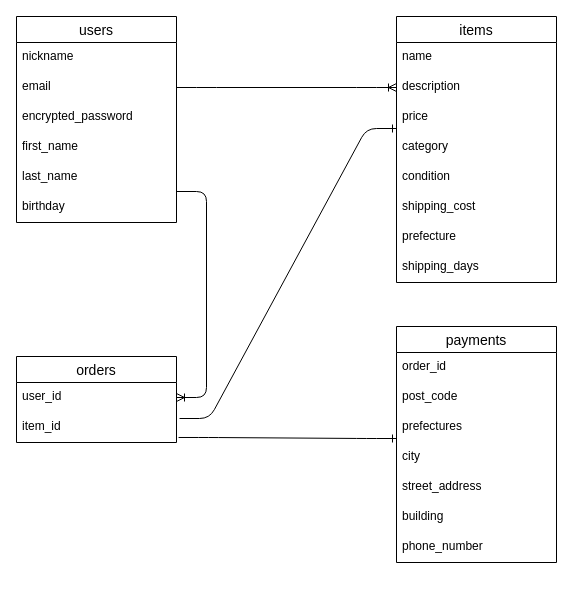
This is ER .dio from honami-f/furima-39929, a draw.io file, before an edit. Source tidied: cells renumbered, new cells numbered last; positions are measured from the earlier drawing's top-left corner, leaving out a move shared by most shapes. Both pictures are drawn from the tidied source at 100%, with x=0, y=0 at pixel (16, 16).
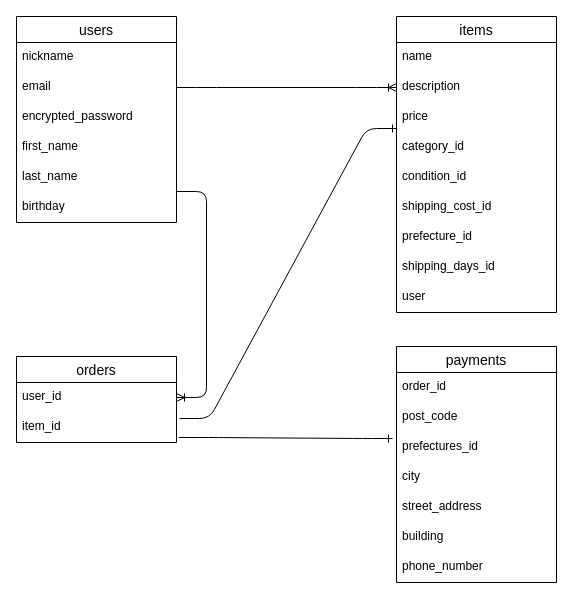
After the change.

Commit message (it also covers changes not shown here):
テーブル設計　修正2

The change refers to these unchanged cells:
```xml
<mxCell id="20" value="item_id" style="text;strokeColor=none;fillColor=none;spacingLeft=4;spacingRight=4;overflow=hidden;points=[[0,0.5],[1,0.5]];portConstraint=eastwest;fontSize=12;fontFamily=Helvetica;fontColor=default;" parent="18" vertex="1">
  <mxGeometry y="56" width="160" height="30" as="geometry" />
</mxCell>
<mxCell id="25" value="city" style="text;strokeColor=none;fillColor=none;spacingLeft=4;spacingRight=4;overflow=hidden;points=[[0,0.5],[1,0.5]];portConstraint=eastwest;fontSize=12;fontFamily=Helvetica;fontColor=default;" parent="21" vertex="1">
  <mxGeometry y="116" width="160" height="30" as="geometry" />
</mxCell>
```

Change to the diagram source:
```diff
@@
     <mxCell id="2" value="items" style="swimlane;fontStyle=0;horizontal=1;startSize=26;align=center;fontSize=14;" parent="1" vertex="1">
-      <mxGeometry x="380" width="160" height="266" as="geometry" />
+      <mxGeometry x="380" width="160" height="296" as="geometry" />
     </mxCell>
@@
-    <mxCell id="6" value="category" style="text;strokeColor=none;fillColor=none;spacingLeft=4;spacingRight=4;overflow=hidden;fontSize=12;fontFamily=Helvetica;fontColor=default;" parent="2" vertex="1">
+    <mxCell id="6" value="category_id" style="text;strokeColor=none;fillColor=none;spacingLeft=4;spacingRight=4;overflow=hidden;fontSize=12;fontFamily=Helvetica;fontColor=default;" parent="2" vertex="1">
       <mxGeometry y="116" width="160" height="30" as="geometry" />
     </mxCell>
-    <mxCell id="7" value="condition" style="text;strokeColor=none;fillColor=none;spacingLeft=4;spacingRight=4;overflow=hidden;fontSize=12;" parent="2" vertex="1">
+    <mxCell id="7" value="condition_id" style="text;strokeColor=none;fillColor=none;spacingLeft=4;spacingRight=4;overflow=hidden;fontSize=12;" parent="2" vertex="1">
       <mxGeometry y="146" width="160" height="30" as="geometry" />
     </mxCell>
-    <mxCell id="8" value="shipping_cost" style="text;strokeColor=none;fillColor=none;spacingLeft=4;spacingRight=4;overflow=hidden;fontSize=12;" parent="2" vertex="1">
+    <mxCell id="8" value="shipping_cost_id" style="text;strokeColor=none;fillColor=none;spacingLeft=4;spacingRight=4;overflow=hidden;fontSize=12;" parent="2" vertex="1">
       <mxGeometry y="176" width="160" height="30" as="geometry" />
     </mxCell>
-    <mxCell id="9" value="prefecture" style="text;strokeColor=none;fillColor=none;spacingLeft=4;spacingRight=4;overflow=hidden;fontSize=12;" parent="2" vertex="1">
+    <mxCell id="9" value="prefecture_id" style="text;strokeColor=none;fillColor=none;spacingLeft=4;spacingRight=4;overflow=hidden;fontSize=12;" parent="2" vertex="1">
       <mxGeometry y="206" width="160" height="30" as="geometry" />
     </mxCell>
-    <mxCell id="10" value="shipping_days" style="text;strokeColor=none;fillColor=none;spacingLeft=4;spacingRight=4;overflow=hidden;fontSize=12;" parent="2" vertex="1">
+    <mxCell id="10" value="shipping_days_id" style="text;strokeColor=none;fillColor=none;spacingLeft=4;spacingRight=4;overflow=hidden;fontSize=12;" parent="2" vertex="1">
       <mxGeometry y="236" width="160" height="30" as="geometry" />
     </mxCell>
+    <mxCell id="33" value="user" style="text;strokeColor=none;fillColor=none;spacingLeft=4;spacingRight=4;overflow=hidden;fontSize=12;" parent="2" vertex="1">
+      <mxGeometry y="266" width="160" height="30" as="geometry" />
+    </mxCell>
@@
     <mxCell id="21" value="payments" style="swimlane;fontStyle=0;horizontal=1;startSize=26;align=center;fontSize=14;fontFamily=Helvetica;fontColor=default;fillColor=none;gradientColor=none;" parent="1" vertex="1">
-      <mxGeometry x="380" y="310" width="160" height="236" as="geometry" />
+      <mxGeometry x="380" y="330" width="160" height="236" as="geometry" />
     </mxCell>
@@
-    <mxCell id="24" value="prefectures" style="text;strokeColor=none;fillColor=none;spacingLeft=4;spacingRight=4;overflow=hidden;points=[[0,0.5],[1,0.5]];portConstraint=eastwest;fontSize=12;fontFamily=Helvetica;fontColor=default;" parent="21" vertex="1">
+    <mxCell id="24" value="prefectures_id" style="text;strokeColor=none;fillColor=none;spacingLeft=4;spacingRight=4;overflow=hidden;points=[[0,0.5],[1,0.5]];portConstraint=eastwest;fontSize=12;fontFamily=Helvetica;fontColor=default;" parent="21" vertex="1">
       <mxGeometry y="86" width="160" height="30" as="geometry" />
     </mxCell>
@@
-    <mxCell id="32" style="edgeStyle=entityRelationEdgeStyle;fontSize=12;html=1;endArrow=ERone;endFill=1;fontFamily=Helvetica;fontColor=default;exitX=1.013;exitY=0.833;exitDx=0;exitDy=0;exitPerimeter=0;entryX=0;entryY=-0.133;entryDx=0;entryDy=0;entryPerimeter=0;" parent="1" edge="1" source="20" target="25">
+    <mxCell id="32" style="edgeStyle=entityRelationEdgeStyle;fontSize=12;html=1;endArrow=ERone;endFill=1;fontFamily=Helvetica;fontColor=default;exitX=1.013;exitY=0.833;exitDx=0;exitDy=0;exitPerimeter=0;entryX=-0.025;entryY=0.2;entryDx=0;entryDy=0;entryPerimeter=0;" parent="1" edge="1" source="20" target="24">
       <mxGeometry relative="1" as="geometry" />
     </mxCell>
```
